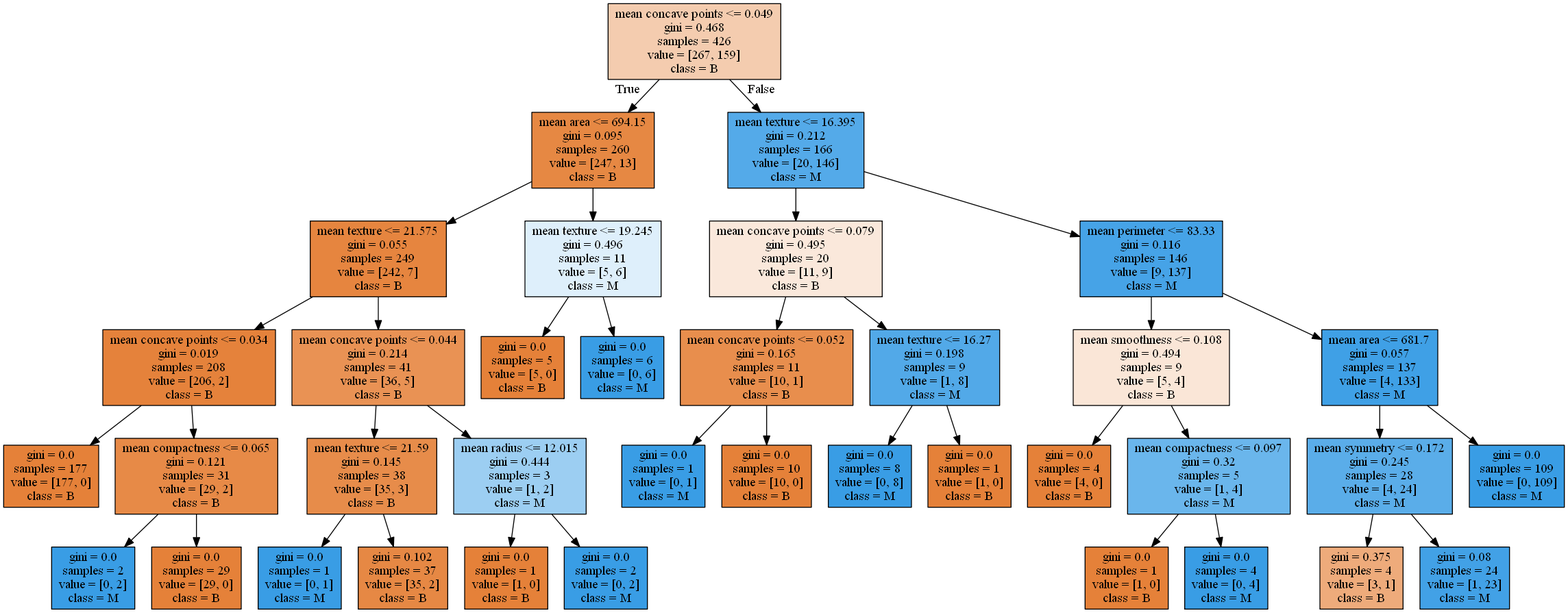
The Graphviz diagram 2021-22/PrimerSemestre/Mineria/PEC1/tree_original.png in mariousm/Data-Science-Master, before a commit. Its source is kept beside it as 2021-22/PrimerSemestre/Mineria/PEC1/tree_original.dot. Source of this version:
```dot
digraph Tree {
node [shape=box, style="filled", color="black"] ;
0 [label="mean concave points <= 0.049\ngini = 0.468\nsamples = 426\nvalue = [267, 159]\nclass = B", fillcolor="#f4ccaf"] ;
1 [label="mean area <= 694.15\ngini = 0.095\nsamples = 260\nvalue = [247, 13]\nclass = B", fillcolor="#e68843"] ;
0 -> 1 [labeldistance=2.5, labelangle=45, headlabel="True"] ;
2 [label="mean texture <= 21.575\ngini = 0.055\nsamples = 249\nvalue = [242, 7]\nclass = B", fillcolor="#e6853f"] ;
1 -> 2 ;
3 [label="mean concave points <= 0.034\ngini = 0.019\nsamples = 208\nvalue = [206, 2]\nclass = B", fillcolor="#e5823b"] ;
2 -> 3 ;
4 [label="gini = 0.0\nsamples = 177\nvalue = [177, 0]\nclass = B", fillcolor="#e58139"] ;
3 -> 4 ;
5 [label="mean compactness <= 0.065\ngini = 0.121\nsamples = 31\nvalue = [29, 2]\nclass = B", fillcolor="#e78a47"] ;
3 -> 5 ;
6 [label="gini = 0.0\nsamples = 2\nvalue = [0, 2]\nclass = M", fillcolor="#399de5"] ;
5 -> 6 ;
7 [label="gini = 0.0\nsamples = 29\nvalue = [29, 0]\nclass = B", fillcolor="#e58139"] ;
5 -> 7 ;
8 [label="mean concave points <= 0.044\ngini = 0.214\nsamples = 41\nvalue = [36, 5]\nclass = B", fillcolor="#e99254"] ;
2 -> 8 ;
9 [label="mean texture <= 21.59\ngini = 0.145\nsamples = 38\nvalue = [35, 3]\nclass = B", fillcolor="#e78c4a"] ;
8 -> 9 ;
10 [label="gini = 0.0\nsamples = 1\nvalue = [0, 1]\nclass = M", fillcolor="#399de5"] ;
9 -> 10 ;
11 [label="gini = 0.102\nsamples = 37\nvalue = [35, 2]\nclass = B", fillcolor="#e68844"] ;
9 -> 11 ;
12 [label="mean radius <= 12.015\ngini = 0.444\nsamples = 3\nvalue = [1, 2]\nclass = M", fillcolor="#9ccef2"] ;
8 -> 12 ;
13 [label="gini = 0.0\nsamples = 1\nvalue = [1, 0]\nclass = B", fillcolor="#e58139"] ;
12 -> 13 ;
14 [label="gini = 0.0\nsamples = 2\nvalue = [0, 2]\nclass = M", fillcolor="#399de5"] ;
12 -> 14 ;
15 [label="mean texture <= 19.245\ngini = 0.496\nsamples = 11\nvalue = [5, 6]\nclass = M", fillcolor="#deeffb"] ;
1 -> 15 ;
16 [label="gini = 0.0\nsamples = 5\nvalue = [5, 0]\nclass = B", fillcolor="#e58139"] ;
15 -> 16 ;
17 [label="gini = 0.0\nsamples = 6\nvalue = [0, 6]\nclass = M", fillcolor="#399de5"] ;
15 -> 17 ;
18 [label="mean texture <= 16.395\ngini = 0.212\nsamples = 166\nvalue = [20, 146]\nclass = M", fillcolor="#54aae9"] ;
0 -> 18 [labeldistance=2.5, labelangle=-45, headlabel="False"] ;
19 [label="mean concave points <= 0.079\ngini = 0.495\nsamples = 20\nvalue = [11, 9]\nclass = B", fillcolor="#fae8db"] ;
18 -> 19 ;
20 [label="mean concave points <= 0.052\ngini = 0.165\nsamples = 11\nvalue = [10, 1]\nclass = B", fillcolor="#e88e4d"] ;
19 -> 20 ;
21 [label="gini = 0.0\nsamples = 1\nvalue = [0, 1]\nclass = M", fillcolor="#399de5"] ;
20 -> 21 ;
22 [label="gini = 0.0\nsamples = 10\nvalue = [10, 0]\nclass = B", fillcolor="#e58139"] ;
20 -> 22 ;
23 [label="mean texture <= 16.27\ngini = 0.198\nsamples = 9\nvalue = [1, 8]\nclass = M", fillcolor="#52a9e8"] ;
19 -> 23 ;
24 [label="gini = 0.0\nsamples = 8\nvalue = [0, 8]\nclass = M", fillcolor="#399de5"] ;
23 -> 24 ;
25 [label="gini = 0.0\nsamples = 1\nvalue = [1, 0]\nclass = B", fillcolor="#e58139"] ;
23 -> 25 ;
26 [label="mean perimeter <= 83.33\ngini = 0.116\nsamples = 146\nvalue = [9, 137]\nclass = M", fillcolor="#46a3e7"] ;
18 -> 26 ;
27 [label="mean smoothness <= 0.108\ngini = 0.494\nsamples = 9\nvalue = [5, 4]\nclass = B", fillcolor="#fae6d7"] ;
26 -> 27 ;
28 [label="gini = 0.0\nsamples = 4\nvalue = [4, 0]\nclass = B", fillcolor="#e58139"] ;
27 -> 28 ;
29 [label="mean compactness <= 0.097\ngini = 0.32\nsamples = 5\nvalue = [1, 4]\nclass = M", fillcolor="#6ab6ec"] ;
27 -> 29 ;
30 [label="gini = 0.0\nsamples = 1\nvalue = [1, 0]\nclass = B", fillcolor="#e58139"] ;
29 -> 30 ;
31 [label="gini = 0.0\nsamples = 4\nvalue = [0, 4]\nclass = M", fillcolor="#399de5"] ;
29 -> 31 ;
32 [label="mean area <= 681.7\ngini = 0.057\nsamples = 137\nvalue = [4, 133]\nclass = M", fillcolor="#3fa0e6"] ;
26 -> 32 ;
33 [label="mean symmetry <= 0.172\ngini = 0.245\nsamples = 28\nvalue = [4, 24]\nclass = M", fillcolor="#5aade9"] ;
32 -> 33 ;
34 [label="gini = 0.375\nsamples = 4\nvalue = [3, 1]\nclass = B", fillcolor="#eeab7b"] ;
33 -> 34 ;
35 [label="gini = 0.08\nsamples = 24\nvalue = [1, 23]\nclass = M", fillcolor="#42a1e6"] ;
33 -> 35 ;
36 [label="gini = 0.0\nsamples = 109\nvalue = [0, 109]\nclass = M", fillcolor="#399de5"] ;
32 -> 36 ;
}
```
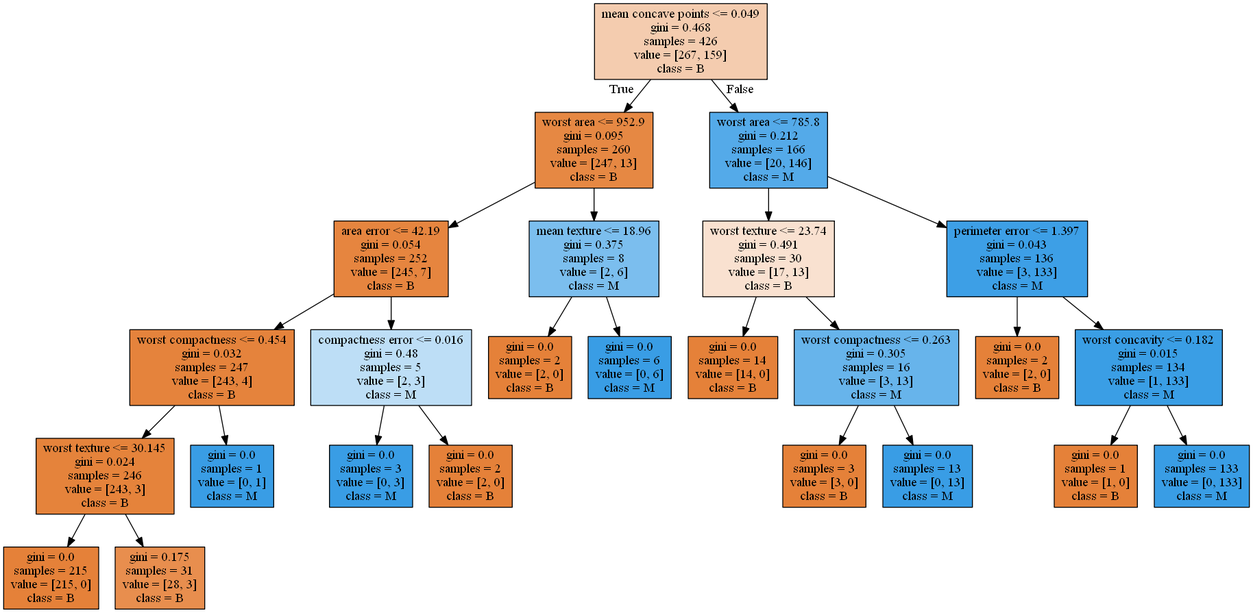
Later version of the same file.

Change to the diagram source:
```diff
@@ -1,76 +1,52 @@
 digraph Tree {
 node [shape=box, style="filled", color="black"] ;
 0 [label="mean concave points <= 0.049\ngini = 0.468\nsamples = 426\nvalue = [267, 159]\nclass = B", fillcolor="#f4ccaf"] ;
-1 [label="mean area <= 694.15\ngini = 0.095\nsamples = 260\nvalue = [247, 13]\nclass = B", fillcolor="#e68843"] ;
+1 [label="worst area <= 952.9\ngini = 0.095\nsamples = 260\nvalue = [247, 13]\nclass = B", fillcolor="#e68843"] ;
 0 -> 1 [labeldistance=2.5, labelangle=45, headlabel="True"] ;
-2 [label="mean texture <= 21.575\ngini = 0.055\nsamples = 249\nvalue = [242, 7]\nclass = B", fillcolor="#e6853f"] ;
+2 [label="area error <= 42.19\ngini = 0.054\nsamples = 252\nvalue = [245, 7]\nclass = B", fillcolor="#e6853f"] ;
 1 -> 2 ;
-3 [label="mean concave points <= 0.034\ngini = 0.019\nsamples = 208\nvalue = [206, 2]\nclass = B", fillcolor="#e5823b"] ;
+3 [label="worst compactness <= 0.454\ngini = 0.032\nsamples = 247\nvalue = [243, 4]\nclass = B", fillcolor="#e5833c"] ;
 2 -> 3 ;
-4 [label="gini = 0.0\nsamples = 177\nvalue = [177, 0]\nclass = B", fillcolor="#e58139"] ;
+4 [label="worst texture <= 30.145\ngini = 0.024\nsamples = 246\nvalue = [243, 3]\nclass = B", fillcolor="#e5833b"] ;
 3 -> 4 ;
-5 [label="mean compactness <= 0.065\ngini = 0.121\nsamples = 31\nvalue = [29, 2]\nclass = B", fillcolor="#e78a47"] ;
-3 -> 5 ;
-6 [label="gini = 0.0\nsamples = 2\nvalue = [0, 2]\nclass = M", fillcolor="#399de5"] ;
-5 -> 6 ;
-7 [label="gini = 0.0\nsamples = 29\nvalue = [29, 0]\nclass = B", fillcolor="#e58139"] ;
-5 -> 7 ;
-8 [label="mean concave points <= 0.044\ngini = 0.214\nsamples = 41\nvalue = [36, 5]\nclass = B", fillcolor="#e99254"] ;
+5 [label="gini = 0.0\nsamples = 215\nvalue = [215, 0]\nclass = B", fillcolor="#e58139"] ;
+4 -> 5 ;
+6 [label="gini = 0.175\nsamples = 31\nvalue = [28, 3]\nclass = B", fillcolor="#e88e4e"] ;
+4 -> 6 ;
+7 [label="gini = 0.0\nsamples = 1\nvalue = [0, 1]\nclass = M", fillcolor="#399de5"] ;
+3 -> 7 ;
+8 [label="compactness error <= 0.016\ngini = 0.48\nsamples = 5\nvalue = [2, 3]\nclass = M", fillcolor="#bddef6"] ;
 2 -> 8 ;
-9 [label="mean texture <= 21.59\ngini = 0.145\nsamples = 38\nvalue = [35, 3]\nclass = B", fillcolor="#e78c4a"] ;
+9 [label="gini = 0.0\nsamples = 3\nvalue = [0, 3]\nclass = M", fillcolor="#399de5"] ;
 8 -> 9 ;
-10 [label="gini = 0.0\nsamples = 1\nvalue = [0, 1]\nclass = M", fillcolor="#399de5"] ;
-9 -> 10 ;
-11 [label="gini = 0.102\nsamples = 37\nvalue = [35, 2]\nclass = B", fillcolor="#e68844"] ;
-9 -> 11 ;
-12 [label="mean radius <= 12.015\ngini = 0.444\nsamples = 3\nvalue = [1, 2]\nclass = M", fillcolor="#9ccef2"] ;
-8 -> 12 ;
-13 [label="gini = 0.0\nsamples = 1\nvalue = [1, 0]\nclass = B", fillcolor="#e58139"] ;
-12 -> 13 ;
-14 [label="gini = 0.0\nsamples = 2\nvalue = [0, 2]\nclass = M", fillcolor="#399de5"] ;
-12 -> 14 ;
-15 [label="mean texture <= 19.245\ngini = 0.496\nsamples = 11\nvalue = [5, 6]\nclass = M", fillcolor="#deeffb"] ;
-1 -> 15 ;
-16 [label="gini = 0.0\nsamples = 5\nvalue = [5, 0]\nclass = B", fillcolor="#e58139"] ;
+10 [label="gini = 0.0\nsamples = 2\nvalue = [2, 0]\nclass = B", fillcolor="#e58139"] ;
+8 -> 10 ;
+11 [label="mean texture <= 18.96\ngini = 0.375\nsamples = 8\nvalue = [2, 6]\nclass = M", fillcolor="#7bbeee"] ;
+1 -> 11 ;
+12 [label="gini = 0.0\nsamples = 2\nvalue = [2, 0]\nclass = B", fillcolor="#e58139"] ;
+11 -> 12 ;
+13 [label="gini = 0.0\nsamples = 6\nvalue = [0, 6]\nclass = M", fillcolor="#399de5"] ;
+11 -> 13 ;
+14 [label="worst area <= 785.8\ngini = 0.212\nsamples = 166\nvalue = [20, 146]\nclass = M", fillcolor="#54aae9"] ;
+0 -> 14 [labeldistance=2.5, labelangle=-45, headlabel="False"] ;
+15 [label="worst texture <= 23.74\ngini = 0.491\nsamples = 30\nvalue = [17, 13]\nclass = B", fillcolor="#f9e1d0"] ;
+14 -> 15 ;
+16 [label="gini = 0.0\nsamples = 14\nvalue = [14, 0]\nclass = B", fillcolor="#e58139"] ;
 15 -> 16 ;
-17 [label="gini = 0.0\nsamples = 6\nvalue = [0, 6]\nclass = M", fillcolor="#399de5"] ;
+17 [label="worst compactness <= 0.263\ngini = 0.305\nsamples = 16\nvalue = [3, 13]\nclass = M", fillcolor="#67b4eb"] ;
 15 -> 17 ;
-18 [label="mean texture <= 16.395\ngini = 0.212\nsamples = 166\nvalue = [20, 146]\nclass = M", fillcolor="#54aae9"] ;
-0 -> 18 [labeldistance=2.5, labelangle=-45, headlabel="False"] ;
-19 [label="mean concave points <= 0.079\ngini = 0.495\nsamples = 20\nvalue = [11, 9]\nclass = B", fillcolor="#fae8db"] ;
-18 -> 19 ;
-20 [label="mean concave points <= 0.052\ngini = 0.165\nsamples = 11\nvalue = [10, 1]\nclass = B", fillcolor="#e88e4d"] ;
-19 -> 20 ;
-21 [label="gini = 0.0\nsamples = 1\nvalue = [0, 1]\nclass = M", fillcolor="#399de5"] ;
+18 [label="gini = 0.0\nsamples = 3\nvalue = [3, 0]\nclass = B", fillcolor="#e58139"] ;
+17 -> 18 ;
+19 [label="gini = 0.0\nsamples = 13\nvalue = [0, 13]\nclass = M", fillcolor="#399de5"] ;
+17 -> 19 ;
+20 [label="perimeter error <= 1.397\ngini = 0.043\nsamples = 136\nvalue = [3, 133]\nclass = M", fillcolor="#3d9fe6"] ;
+14 -> 20 ;
+21 [label="gini = 0.0\nsamples = 2\nvalue = [2, 0]\nclass = B", fillcolor="#e58139"] ;
 20 -> 21 ;
-22 [label="gini = 0.0\nsamples = 10\nvalue = [10, 0]\nclass = B", fillcolor="#e58139"] ;
+22 [label="worst concavity <= 0.182\ngini = 0.015\nsamples = 134\nvalue = [1, 133]\nclass = M", fillcolor="#3a9ee5"] ;
 20 -> 22 ;
-23 [label="mean texture <= 16.27\ngini = 0.198\nsamples = 9\nvalue = [1, 8]\nclass = M", fillcolor="#52a9e8"] ;
-19 -> 23 ;
-24 [label="gini = 0.0\nsamples = 8\nvalue = [0, 8]\nclass = M", fillcolor="#399de5"] ;
-23 -> 24 ;
-25 [label="gini = 0.0\nsamples = 1\nvalue = [1, 0]\nclass = B", fillcolor="#e58139"] ;
-23 -> 25 ;
-26 [label="mean perimeter <= 83.33\ngini = 0.116\nsamples = 146\nvalue = [9, 137]\nclass = M", fillcolor="#46a3e7"] ;
-18 -> 26 ;
-27 [label="mean smoothness <= 0.108\ngini = 0.494\nsamples = 9\nvalue = [5, 4]\nclass = B", fillcolor="#fae6d7"] ;
-26 -> 27 ;
-28 [label="gini = 0.0\nsamples = 4\nvalue = [4, 0]\nclass = B", fillcolor="#e58139"] ;
-27 -> 28 ;
-29 [label="mean compactness <= 0.097\ngini = 0.32\nsamples = 5\nvalue = [1, 4]\nclass = M", fillcolor="#6ab6ec"] ;
-27 -> 29 ;
-30 [label="gini = 0.0\nsamples = 1\nvalue = [1, 0]\nclass = B", fillcolor="#e58139"] ;
-29 -> 30 ;
-31 [label="gini = 0.0\nsamples = 4\nvalue = [0, 4]\nclass = M", fillcolor="#399de5"] ;
-29 -> 31 ;
-32 [label="mean area <= 681.7\ngini = 0.057\nsamples = 137\nvalue = [4, 133]\nclass = M", fillcolor="#3fa0e6"] ;
-26 -> 32 ;
-33 [label="mean symmetry <= 0.172\ngini = 0.245\nsamples = 28\nvalue = [4, 24]\nclass = M", fillcolor="#5aade9"] ;
-32 -> 33 ;
-34 [label="gini = 0.375\nsamples = 4\nvalue = [3, 1]\nclass = B", fillcolor="#eeab7b"] ;
-33 -> 34 ;
-35 [label="gini = 0.08\nsamples = 24\nvalue = [1, 23]\nclass = M", fillcolor="#42a1e6"] ;
-33 -> 35 ;
-36 [label="gini = 0.0\nsamples = 109\nvalue = [0, 109]\nclass = M", fillcolor="#399de5"] ;
-32 -> 36 ;
+23 [label="gini = 0.0\nsamples = 1\nvalue = [1, 0]\nclass = B", fillcolor="#e58139"] ;
+22 -> 23 ;
+24 [label="gini = 0.0\nsamples = 133\nvalue = [0, 133]\nclass = M", fillcolor="#399de5"] ;
+22 -> 24 ;
 }
```
